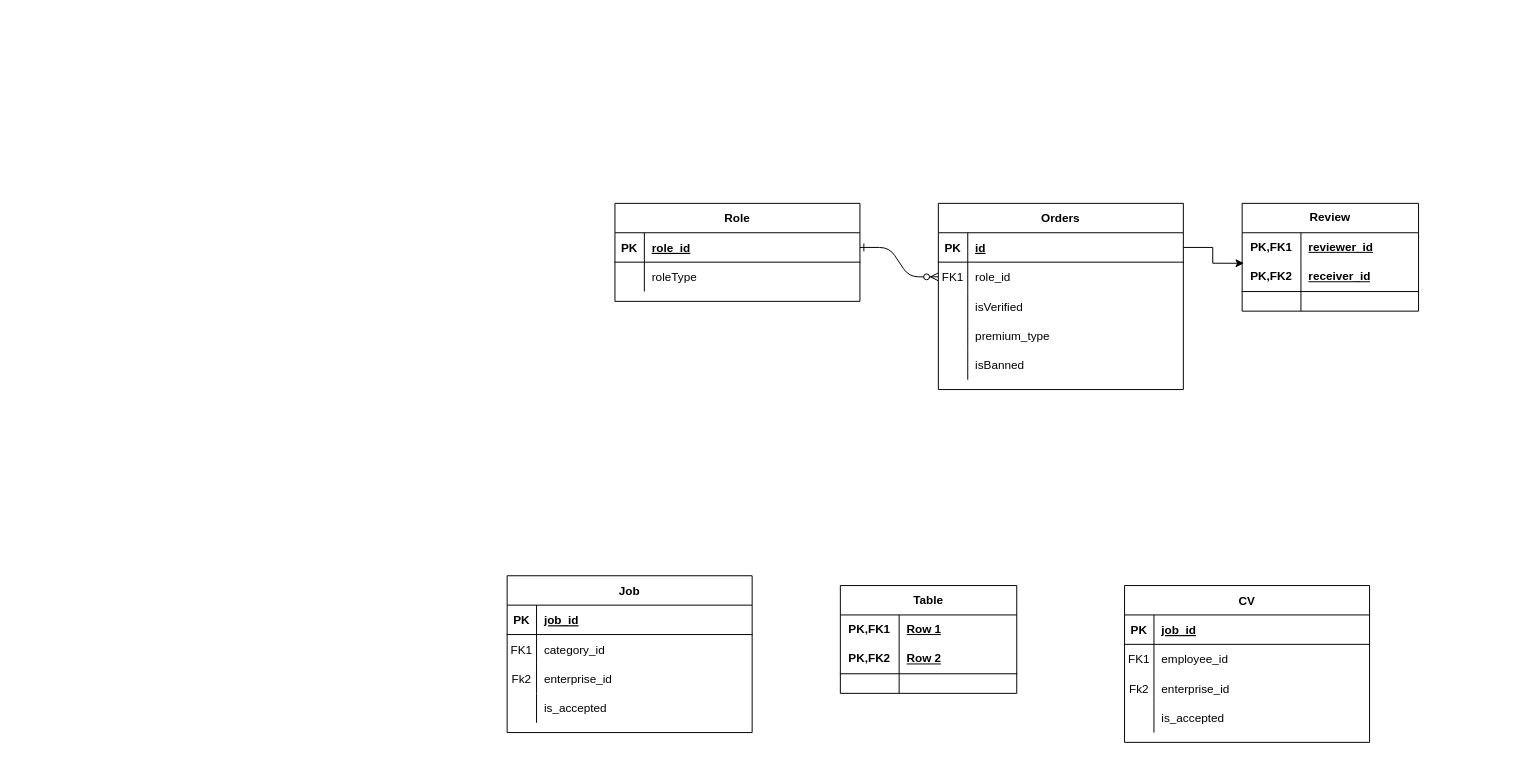
Above: Untitled Diagram.drawio in dvtson2004/EER-SWP (draw.io), before the change. Source tidied: cells renumbered, new cells numbered last; positions are measured from the earlier drawing's top-left corner, leaving out a move shared by most shapes. Both pictures are drawn from the tidied source at 98%, with x=0, y=0 at pixel (507, 203).
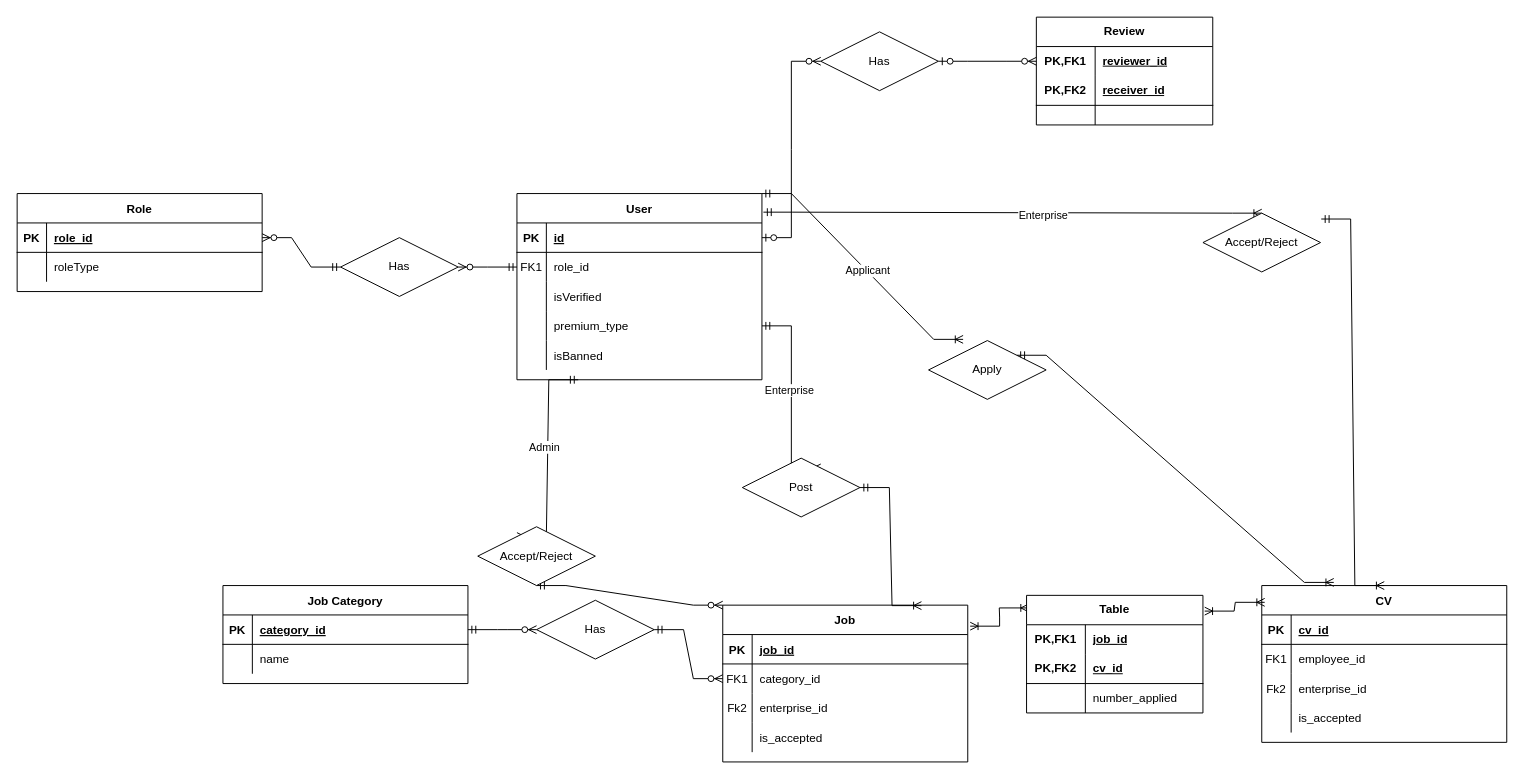
The same diagram, later.

The change refers to these unchanged cells:
```xml
<mxCell id="4" style="shape=partialRectangle;fillColor=none;points=[[0,0.5],[1,0.5]];portConstraint=eastwest;top=0;left=0;right=0;bottom=1;" parent="3" vertex="1">
  <mxGeometry y="30" width="250" height="30" as="geometry" />
</mxCell>
<mxCell id="7" style="shape=partialRectangle;fillColor=none;points=[[0,0.5],[1,0.5]];portConstraint=eastwest;top=0;left=0;right=0;bottom=0;" parent="3" vertex="1">
  <mxGeometry y="60" width="250" height="30" as="geometry" />
</mxCell>
<mxCell id="13" style="shape=partialRectangle;fillColor=none;points=[[0,0.5],[1,0.5]];portConstraint=eastwest;top=0;left=0;right=0;bottom=0;" parent="3" vertex="1">
  <mxGeometry y="120" width="250" height="30" as="geometry" />
</mxCell>
<mxCell id="20" style="shape=partialRectangle;fillColor=none;points=[[0,0.5],[1,0.5]];portConstraint=eastwest;top=0;left=0;right=0;bottom=1;" parent="19" vertex="1">
  <mxGeometry y="30" width="250" height="30" as="geometry" />
</mxCell>
<mxCell id="30" style="shape=partialRectangle;fillColor=none;points=[[0,0.5],[1,0.5]];portConstraint=eastwest;top=0;left=0;right=0;bottom=0;" parent="26" vertex="1">
  <mxGeometry y="60" width="250" height="30" as="geometry" />
</mxCell>
<mxCell id="40" style="shape=partialRectangle;fillColor=none;top=0;left=0;right=0;bottom=1;" parent="39" vertex="1">
  <mxGeometry y="30" width="250" height="30" as="geometry" />
</mxCell>
<mxCell id="53" style="shape=tableRow;horizontal=0;startSize=0;swimlaneHead=0;swimlaneBody=0;fillColor=none;points=[[0,0.5],[1,0.5]];portConstraint=eastwest;top=0;left=0;right=0;bottom=0;html=1;" parent="52" vertex="1">
  <mxGeometry y="30" width="180" height="30" as="geometry" />
</mxCell>
<mxCell id="56" style="shape=tableRow;horizontal=0;startSize=0;swimlaneHead=0;swimlaneBody=0;fillColor=none;points=[[0,0.5],[1,0.5]];portConstraint=eastwest;top=0;left=0;right=0;bottom=1;html=1;" parent="52" vertex="1">
  <mxGeometry y="60" width="180" height="30" as="geometry" />
</mxCell>
<mxCell id="63" style="shape=tableRow;horizontal=0;startSize=0;swimlaneHead=0;swimlaneBody=0;fillColor=none;top=0;left=0;right=0;bottom=0;html=1;" parent="62" vertex="1">
  <mxGeometry y="30" width="180" height="30" as="geometry" />
</mxCell>
<mxCell id="66" style="shape=tableRow;horizontal=0;startSize=0;swimlaneHead=0;swimlaneBody=0;fillColor=none;top=0;left=0;right=0;bottom=1;html=1;" parent="62" vertex="1">
  <mxGeometry y="60" width="180" height="30" as="geometry" />
</mxCell>
```

Diff of the diagram source:
```diff
@@
-    <mxCell id="2" style="edgeStyle=entityRelationEdgeStyle;endArrow=ERzeroToMany;startArrow=ERone;endFill=1;startFill=0;" parent="1" edge="1" source="20" target="7">
-      <mxGeometry relative="1" as="geometry" />
-    </mxCell>
-    <mxCell id="3" value="Orders" style="shape=table;startSize=30;childLayout=tableLayout;rowLines=0;fontStyle=1;align=center;" parent="1" vertex="1">
-      <mxGeometry x="440" width="250" height="190" as="geometry" />
+    <mxCell id="3" value="User" style="shape=table;startSize=30;childLayout=tableLayout;rowLines=0;fontStyle=1;align=center;" parent="1" vertex="1">
+      <mxGeometry x="10" y="-10" width="250" height="190" as="geometry" />
     </mxCell>
@@
     <mxCell id="19" value="Role" style="shape=table;startSize=30;childLayout=tableLayout;rowLines=0;fontStyle=1;align=center;" parent="1" vertex="1">
-      <mxGeometry x="110" width="250" height="100" as="geometry" />
+      <mxGeometry x="-500" y="-10" width="250" height="100" as="geometry" />
     </mxCell>
@@
     <mxCell id="26" value="Job" style="shape=table;startSize=30;childLayout=tableLayout;rowLines=0;fontStyle=1;align=center;" parent="1" vertex="1">
-      <mxGeometry y="380" width="250" height="160" as="geometry" />
+      <mxGeometry x="220" y="410" width="250" height="160" as="geometry" />
     </mxCell>
@@
     <mxCell id="39" value="CV" style="shape=table;startSize=30;childLayout=tableLayout;rowLines=0;fontStyle=1;align=center;" parent="1" vertex="1">
-      <mxGeometry x="630" y="390" width="250" height="160" as="geometry" />
+      <mxGeometry x="770" y="390" width="250" height="160" as="geometry" />
     </mxCell>
@@
-    <mxCell id="42" value="job_id" style="shape=partialRectangle;overflow=hidden;fillColor=none;top=0;left=0;bottom=0;right=0;align=left;spacingLeft=6;fontStyle=5;" parent="40" vertex="1">
+    <mxCell id="42" value="cv_id" style="shape=partialRectangle;overflow=hidden;fillColor=none;top=0;left=0;bottom=0;right=0;align=left;spacingLeft=6;fontStyle=5;" parent="40" vertex="1">
       <mxGeometry x="30" width="220" height="30" as="geometry" />
     </mxCell>
@@
     <mxCell id="52" value="Review" style="shape=table;startSize=30;childLayout=tableLayout;rowLines=0;fontStyle=1;align=center;html=1;whiteSpace=wrap;" parent="1" vertex="1">
-      <mxGeometry x="750" width="180" height="110" as="geometry" />
+      <mxGeometry x="540" y="-190" width="180" height="110" as="geometry" />
     </mxCell>
@@
+    <mxCell id="73" value="Job Category" style="shape=table;startSize=30;childLayout=tableLayout;rowLines=0;fontStyle=1;align=center;" parent="1" vertex="1">
+      <mxGeometry x="-290" y="390" width="250" height="100" as="geometry" />
+    </mxCell>
+    <mxCell id="74" style="shape=partialRectangle;fillColor=none;points=[[0,0.5],[1,0.5]];portConstraint=eastwest;top=0;left=0;right=0;bottom=1;" parent="73" vertex="1">
+      <mxGeometry y="30" width="250" height="30" as="geometry" />
+    </mxCell>
+    <mxCell id="75" value="PK" style="shape=partialRectangle;overflow=hidden;fillColor=none;top=0;left=0;bottom=0;right=0;fontStyle=1;" parent="74" vertex="1">
+      <mxGeometry width="30" height="30" as="geometry" />
+    </mxCell>
+    <mxCell id="76" value="category_id" style="shape=partialRectangle;overflow=hidden;fillColor=none;top=0;left=0;bottom=0;right=0;align=left;spacingLeft=6;fontStyle=5;" parent="74" vertex="1">
+      <mxGeometry x="30" width="220" height="30" as="geometry" />
+    </mxCell>
+    <mxCell id="77" style="shape=partialRectangle;fillColor=none;top=0;left=0;right=0;bottom=0;" parent="73" vertex="1">
+      <mxGeometry y="60" width="250" height="30" as="geometry" />
+    </mxCell>
+    <mxCell id="78" style="shape=partialRectangle;overflow=hidden;fillColor=none;top=0;left=0;bottom=0;right=0;" parent="77" vertex="1">
+      <mxGeometry width="30" height="30" as="geometry" />
+    </mxCell>
+    <mxCell id="79" value="name" style="shape=partialRectangle;overflow=hidden;fillColor=none;top=0;left=0;bottom=0;right=0;align=left;spacingLeft=6;" parent="77" vertex="1">
+      <mxGeometry x="30" width="220" height="30" as="geometry" />
+    </mxCell>
+    <mxCell id="80" style="edgeStyle=entityRelationEdgeStyle;fontSize=12;html=1;endArrow=ERzeroToMany;startArrow=ERmandOne;rounded=0;exitX=1;exitY=0.5;exitDx=0;exitDy=0;entryX=0;entryY=0.5;entryDx=0;entryDy=0;" parent="1" edge="1" source="102" target="30">
+      <mxGeometry relative="1" as="geometry" />
+    </mxCell>
+    <mxCell id="81" style="edgeStyle=entityRelationEdgeStyle;fontSize=12;html=1;endArrow=ERoneToMany;startArrow=ERoneToMany;rounded=0;exitX=1.01;exitY=0.134;exitDx=0;exitDy=0;exitPerimeter=0;entryX=0.012;entryY=0.107;entryDx=0;entryDy=0;entryPerimeter=0;" parent="1" edge="1" source="62" target="39">
+      <mxGeometry relative="1" as="geometry" />
+    </mxCell>
+    <mxCell id="82" style="edgeStyle=entityRelationEdgeStyle;fontSize=12;html=1;endArrow=ERoneToMany;startArrow=ERoneToMany;rounded=0;exitX=1.01;exitY=0.134;exitDx=0;exitDy=0;exitPerimeter=0;entryX=0.012;entryY=0.107;entryDx=0;entryDy=0;entryPerimeter=0;" parent="1" edge="1" source="26" target="62">
+      <mxGeometry relative="1" as="geometry" />
+    </mxCell>
     <mxCell id="62" value="Table" style="shape=table;startSize=30;childLayout=tableLayout;rowLines=0;fontStyle=1;align=center;html=1;whiteSpace=wrap;" parent="1" vertex="1">
-      <mxGeometry x="340" y="390" width="180" height="110" as="geometry" />
+      <mxGeometry x="530" y="400" width="180" height="120" as="geometry" />
     </mxCell>
@@
-    <mxCell id="65" value="Row 1" style="shape=partialRectangle;fillColor=none;top=0;left=0;bottom=0;right=0;align=left;spacingLeft=6;fontStyle=5;overflow=hidden;html=1;whiteSpace=wrap;" parent="63" vertex="1">
+    <mxCell id="65" value="&lt;span style=&quot;text-wrap: nowrap;&quot;&gt;job_id&lt;/span&gt;" style="shape=partialRectangle;fillColor=none;top=0;left=0;bottom=0;right=0;align=left;spacingLeft=6;fontStyle=5;overflow=hidden;html=1;whiteSpace=wrap;" parent="63" vertex="1">
       <mxGeometry x="60" width="120" height="30" as="geometry" />
     </mxCell>
@@
-    <mxCell id="68" value="Row 2" style="shape=partialRectangle;fillColor=none;top=0;left=0;bottom=0;right=0;align=left;spacingLeft=6;fontStyle=5;overflow=hidden;html=1;whiteSpace=wrap;" parent="66" vertex="1">
+    <mxCell id="68" value="&lt;span style=&quot;text-wrap: nowrap;&quot;&gt;cv_id&lt;/span&gt;" style="shape=partialRectangle;fillColor=none;top=0;left=0;bottom=0;right=0;align=left;spacingLeft=6;fontStyle=5;overflow=hidden;html=1;whiteSpace=wrap;" parent="66" vertex="1">
       <mxGeometry x="60" width="120" height="30" as="geometry" />
     </mxCell>
     <mxCell id="69" style="shape=tableRow;horizontal=0;startSize=0;swimlaneHead=0;swimlaneBody=0;fillColor=none;top=0;left=0;right=0;bottom=0;html=1;" parent="62" vertex="1">
-      <mxGeometry y="90" width="180" height="20" as="geometry" />
+      <mxGeometry y="90" width="180" height="30" as="geometry" />
     </mxCell>
     <mxCell id="70" style="shape=partialRectangle;fillColor=none;top=0;left=0;bottom=0;right=0;overflow=hidden;html=1;whiteSpace=wrap;" parent="69" vertex="1">
-      <mxGeometry width="60" height="20" as="geometry" />
+      <mxGeometry width="60" height="30" as="geometry" />
     </mxCell>
-    <mxCell id="71" style="shape=partialRectangle;fillColor=none;top=0;left=0;bottom=0;right=0;align=left;spacingLeft=6;overflow=hidden;html=1;whiteSpace=wrap;" parent="69" vertex="1">
-      <mxGeometry x="60" width="120" height="20" as="geometry" />
+    <mxCell id="71" value="number_applied" style="shape=partialRectangle;fillColor=none;top=0;left=0;bottom=0;right=0;align=left;spacingLeft=6;overflow=hidden;html=1;whiteSpace=wrap;" parent="69" vertex="1">
+      <mxGeometry x="60" width="120" height="30" as="geometry" />
     </mxCell>
-    <mxCell id="72" style="edgeStyle=orthogonalEdgeStyle;rounded=0;jettySize=auto;html=1;exitX=1;exitY=0.5;exitDx=0;exitDy=0;entryX=0.01;entryY=0.038;entryDx=0;entryDy=0;entryPerimeter=0;" parent="1" edge="1" source="4" target="56">
-      <mxGeometry relative="1" as="geometry" />
-    </mxCell>
+    <mxCell id="83" style="edgeStyle=entityRelationEdgeStyle;fontSize=12;html=1;endArrow=ERzeroToMany;startArrow=ERmandOne;rounded=0;entryX=1;entryY=0.5;entryDx=0;entryDy=0;exitX=0;exitY=0.5;exitDx=0;exitDy=0;" parent="1" edge="1" source="106" target="20">
+      <mxGeometry relative="1" as="geometry">
+        <Array as="points">
+          <mxPoint x="-30" y="220" />
+        </Array>
+      </mxGeometry>
+    </mxCell>
+    <mxCell id="84" style="edgeStyle=entityRelationEdgeStyle;fontSize=12;html=1;endArrow=ERzeroToMany;startArrow=ERzeroToOne;rounded=0;exitX=1;exitY=0.5;exitDx=0;exitDy=0;entryX=0;entryY=0.5;entryDx=0;entryDy=0;" parent="1" edge="1" source="104" target="53">
+      <mxGeometry relative="1" as="geometry" />
+    </mxCell>
+    <mxCell id="85" style="edgeStyle=entityRelationEdgeStyle;fontSize=12;html=1;endArrow=ERzeroToMany;startArrow=ERmandOne;rounded=0;exitX=0.5;exitY=1;exitDx=0;exitDy=0;entryX=0;entryY=0;entryDx=0;entryDy=0;" parent="1" edge="1" source="88" target="26">
+      <mxGeometry relative="1" as="geometry" />
+    </mxCell>
+    <mxCell id="86" style="edgeStyle=entityRelationEdgeStyle;fontSize=12;html=1;endArrow=ERzeroToMany;startArrow=ERmandOne;rounded=0;entryX=0.25;entryY=0;entryDx=0;entryDy=0;exitX=0.25;exitY=1;exitDx=0;exitDy=0;" parent="1" edge="1" source="3" target="88">
+      <mxGeometry relative="1" as="geometry">
+        <Array as="points">
+          <mxPoint x="140" y="210" />
+        </Array>
+      </mxGeometry>
+    </mxCell>
+    <mxCell id="87" value="Admin" style="edgeLabel;html=1;align=center;verticalAlign=middle;" parent="86" vertex="1">
+      <mxGeometry x="-0.1" y="-4" relative="1" as="geometry" />
+    </mxCell>
+    <mxCell id="88" value="Accept/Reject" style="shape=rhombus;perimeter=rhombusPerimeter;whiteSpace=wrap;html=1;align=center;" parent="1" vertex="1">
+      <mxGeometry x="-30" y="330" width="120" height="60" as="geometry" />
+    </mxCell>
+    <mxCell id="89" style="edgeStyle=entityRelationEdgeStyle;fontSize=12;html=1;endArrow=ERoneToMany;startArrow=ERmandOne;rounded=0;exitX=1;exitY=0.5;exitDx=0;exitDy=0;entryX=0.811;entryY=0.003;entryDx=0;entryDy=0;entryPerimeter=0;" parent="1" edge="1" source="92" target="26">
+      <mxGeometry relative="1" as="geometry" />
+    </mxCell>
+    <mxCell id="90" style="edgeStyle=entityRelationEdgeStyle;fontSize=12;html=1;endArrow=ERoneToMany;startArrow=ERmandOne;rounded=0;exitX=1;exitY=0.5;exitDx=0;exitDy=0;entryX=0.75;entryY=0;entryDx=0;entryDy=0;" parent="1" edge="1" source="13" target="92">
+      <mxGeometry relative="1" as="geometry" />
+    </mxCell>
+    <mxCell id="91" value="Enterprise" style="edgeLabel;html=1;align=center;verticalAlign=middle;" parent="90" vertex="1">
+      <mxGeometry x="-0.07" y="-3" relative="1" as="geometry" />
+    </mxCell>
+    <mxCell id="92" value="Post" style="shape=rhombus;perimeter=rhombusPerimeter;whiteSpace=wrap;html=1;align=center;" parent="1" vertex="1">
+      <mxGeometry x="240" y="260" width="120" height="60" as="geometry" />
+    </mxCell>
+    <mxCell id="93" style="edgeStyle=entityRelationEdgeStyle;fontSize=12;html=1;endArrow=ERoneToMany;startArrow=ERmandOne;rounded=0;exitX=1;exitY=0;exitDx=0;exitDy=0;entryX=0.294;entryY=-0.02;entryDx=0;entryDy=0;entryPerimeter=0;" parent="1" edge="1" source="96" target="39">
+      <mxGeometry relative="1" as="geometry" />
+    </mxCell>
+    <mxCell id="94" style="edgeStyle=entityRelationEdgeStyle;fontSize=12;html=1;endArrow=ERoneToMany;startArrow=ERmandOne;rounded=0;exitX=1;exitY=0;exitDx=0;exitDy=0;entryX=0.294;entryY=-0.02;entryDx=0;entryDy=0;entryPerimeter=0;" parent="1" edge="1" source="3" target="96">
+      <mxGeometry relative="1" as="geometry">
+        <Array as="points">
+          <mxPoint x="650" y="190" />
+          <mxPoint x="670" y="210" />
+        </Array>
+      </mxGeometry>
+    </mxCell>
+    <mxCell id="95" value="Applicant" style="edgeLabel;html=1;align=center;verticalAlign=middle;" parent="94" vertex="1">
+      <mxGeometry x="0.05" y="2" relative="1" as="geometry">
+        <mxPoint x="-1" as="offset" />
+      </mxGeometry>
+    </mxCell>
+    <mxCell id="96" value="Apply" style="shape=rhombus;perimeter=rhombusPerimeter;whiteSpace=wrap;html=1;align=center;" parent="1" vertex="1">
+      <mxGeometry x="430" y="140" width="120" height="60" as="geometry" />
+    </mxCell>
+    <mxCell id="97" style="edgeStyle=entityRelationEdgeStyle;fontSize=12;html=1;endArrow=ERoneToMany;startArrow=ERmandOne;rounded=0;exitX=1.006;exitY=0.1;exitDx=0;exitDy=0;exitPerimeter=0;entryX=0.5;entryY=0;entryDx=0;entryDy=0;" parent="1" edge="1" source="100" target="39">
+      <mxGeometry relative="1" as="geometry" />
+    </mxCell>
+    <mxCell id="98" style="edgeStyle=entityRelationEdgeStyle;fontSize=12;html=1;endArrow=ERoneToMany;startArrow=ERmandOne;rounded=0;exitX=1.006;exitY=0.1;exitDx=0;exitDy=0;exitPerimeter=0;entryX=0.5;entryY=0;entryDx=0;entryDy=0;" parent="1" edge="1" source="3" target="100">
+      <mxGeometry relative="1" as="geometry" />
+    </mxCell>
+    <mxCell id="99" value="Enterprise" style="edgeLabel;html=1;align=center;verticalAlign=middle;" parent="98" vertex="1">
+      <mxGeometry x="0.12" y="-2" relative="1" as="geometry" />
+    </mxCell>
+    <mxCell id="100" value="Accept/Reject" style="shape=rhombus;perimeter=rhombusPerimeter;whiteSpace=wrap;html=1;align=center;" parent="1" vertex="1">
+      <mxGeometry x="710" y="10" width="120" height="60" as="geometry" />
+    </mxCell>
+    <mxCell id="101" style="edgeStyle=entityRelationEdgeStyle;fontSize=12;html=1;endArrow=ERzeroToMany;startArrow=ERmandOne;rounded=0;exitX=1;exitY=0.5;exitDx=0;exitDy=0;entryX=0;entryY=0.5;entryDx=0;entryDy=0;" parent="1" edge="1" source="74" target="102">
+      <mxGeometry relative="1" as="geometry">
+        <Array as="points">
+          <mxPoint x="-70" y="410" />
+        </Array>
+      </mxGeometry>
+    </mxCell>
+    <mxCell id="102" value="Has" style="shape=rhombus;perimeter=rhombusPerimeter;whiteSpace=wrap;html=1;align=center;" parent="1" vertex="1">
+      <mxGeometry x="30" y="405" width="120" height="60" as="geometry" />
+    </mxCell>
+    <mxCell id="103" style="edgeStyle=entityRelationEdgeStyle;fontSize=12;html=1;endArrow=ERzeroToMany;startArrow=ERzeroToOne;rounded=0;exitX=1;exitY=0.5;exitDx=0;exitDy=0;entryX=0;entryY=0.5;entryDx=0;entryDy=0;" parent="1" edge="1" source="4" target="104">
+      <mxGeometry relative="1" as="geometry" />
+    </mxCell>
+    <mxCell id="104" value="Has" style="shape=rhombus;perimeter=rhombusPerimeter;whiteSpace=wrap;html=1;align=center;" parent="1" vertex="1">
+      <mxGeometry x="320" y="-175" width="120" height="60" as="geometry" />
+    </mxCell>
+    <mxCell id="105" style="edgeStyle=entityRelationEdgeStyle;fontSize=12;html=1;endArrow=ERzeroToMany;startArrow=ERmandOne;rounded=0;entryX=1;entryY=0.5;entryDx=0;entryDy=0;exitX=0;exitY=0.5;exitDx=0;exitDy=0;" parent="1" edge="1" source="7" target="106">
+      <mxGeometry relative="1" as="geometry">
+        <Array as="points">
+          <mxPoint x="-30" y="240" />
+          <mxPoint x="-30" y="180" />
+        </Array>
+      </mxGeometry>
+    </mxCell>
+    <mxCell id="106" value="Has" style="shape=rhombus;perimeter=rhombusPerimeter;whiteSpace=wrap;html=1;align=center;" parent="1" vertex="1">
+      <mxGeometry x="-170" y="35" width="120" height="60" as="geometry" />
+    </mxCell>
```
